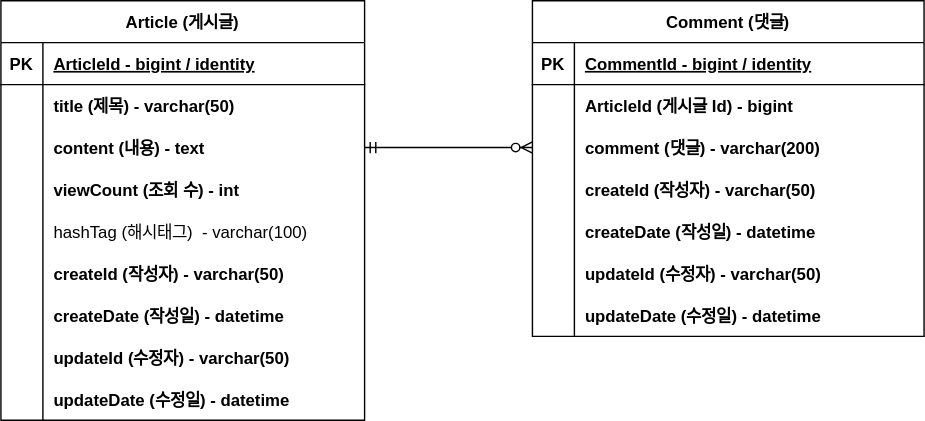
The draw.io diagram document/board_erd.svg in wonjun0822/board_java, before a commit. Source tidied: cells renumbered, new cells last; positions are measured from the earlier drawing's top-left corner, leaving out a move shared by most shapes.
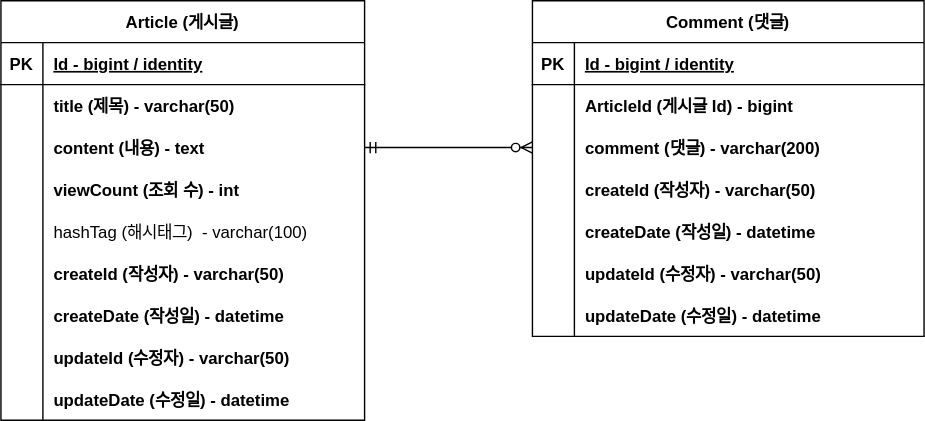
After the change.

Commit message:
ERD 업데이트

What changed in the source:
```diff
@@ -2,11 +2,6 @@
   <root>
     <mxCell id="0" />
     <mxCell id="1" parent="0" />
-    <mxCell id="2" style="edgeStyle=entityRelationEdgeStyle;endArrow=ERzeroToMany;startArrow=ERone;endFill=1;startFill=0;" parent="1" edge="1" target="x">
-      <mxGeometry relative="1" as="geometry">
-        <mxPoint x="680" y="145" as="sourcePoint" />
-      </mxGeometry>
-    </mxCell>
     <mxCell id="3" value="Article (게시글)" style="shape=table;startSize=30;rowLines=0;fontStyle=1;align=center;" parent="1" vertex="1">
       <mxGeometry width="260" height="300" as="geometry" />
     </mxCell>
@@ -16,7 +11,7 @@
     <mxCell id="5" value="PK" style="shape=partialRectangle;fillColor=none;top=0;left=0;bottom=0;right=0;fontStyle=1;overflow=hidden;" parent="4" vertex="1">
       <mxGeometry width="30" height="30" as="geometry" />
     </mxCell>
-    <mxCell id="6" value="ArticleId - bigint / identity" style="shape=partialRectangle;fillColor=none;top=0;left=0;bottom=0;right=0;align=left;spacingLeft=6;fontStyle=5;overflow=hidden;" parent="4" vertex="1">
+    <mxCell id="6" value="Id - bigint / identity" style="shape=partialRectangle;fillColor=none;top=0;left=0;bottom=0;right=0;align=left;spacingLeft=6;fontStyle=5;overflow=hidden;" parent="4" vertex="1">
       <mxGeometry x="30" width="230" height="30" as="geometry" />
     </mxCell>
     <mxCell id="7" style="shape=tableRow;horizontal=0;startSize=0;swimlaneHead=0;swimlaneBody=0;fillColor=none;top=0;left=0;right=0;bottom=0;" parent="3" vertex="1">
@@ -100,7 +95,7 @@
     <mxCell id="33" value="PK" style="shape=partialRectangle;fillColor=none;top=0;left=0;bottom=0;right=0;fontStyle=1;overflow=hidden;" parent="32" vertex="1">
       <mxGeometry width="30" height="30" as="geometry" />
     </mxCell>
-    <mxCell id="34" value="CommentId - bigint / identity" style="shape=partialRectangle;fillColor=none;top=0;left=0;bottom=0;right=0;align=left;spacingLeft=6;fontStyle=5;overflow=hidden;" parent="32" vertex="1">
+    <mxCell id="34" value="Id - bigint / identity" style="shape=partialRectangle;fillColor=none;top=0;left=0;bottom=0;right=0;align=left;spacingLeft=6;fontStyle=5;overflow=hidden;" parent="32" vertex="1">
       <mxGeometry x="30" width="250" height="30" as="geometry" />
     </mxCell>
     <mxCell id="35" style="shape=tableRow;horizontal=0;startSize=0;swimlaneHead=0;swimlaneBody=0;fillColor=none;top=0;left=0;right=0;bottom=0;" parent="31" vertex="1">
```
